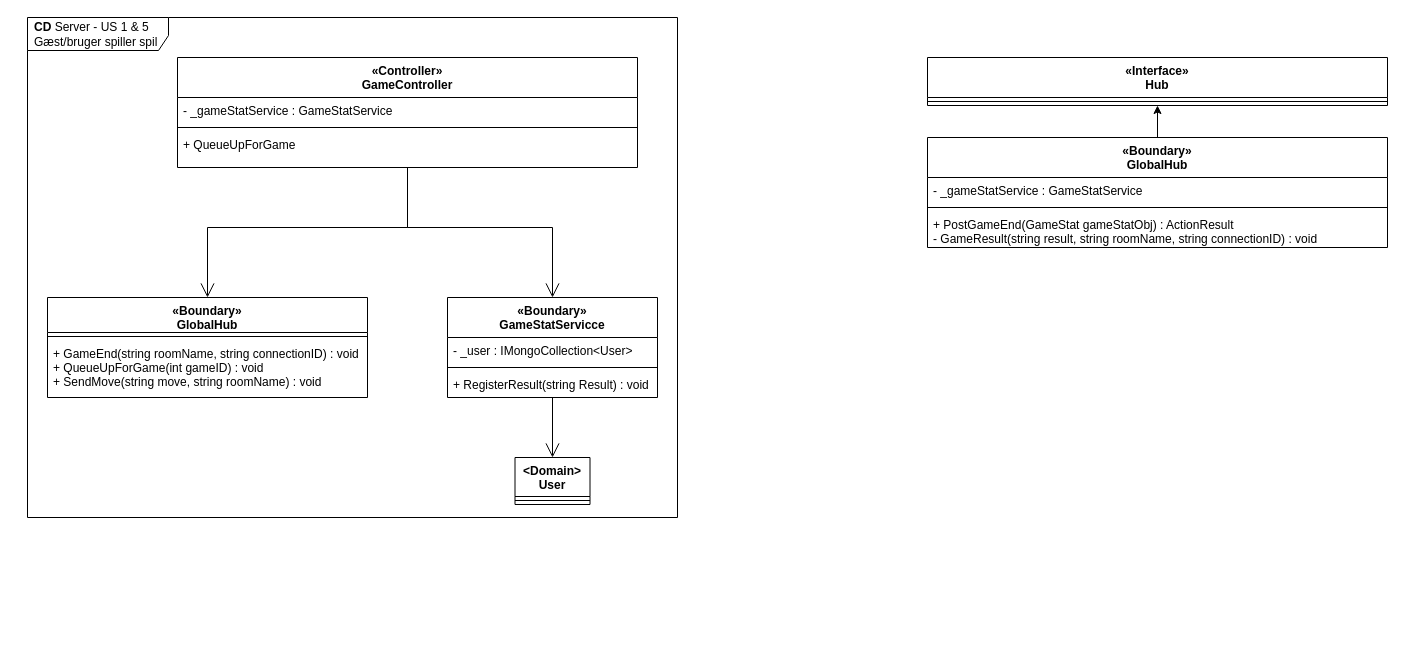
Before: page "CD-Server" (4 of 4) of diagrams/arkitektur/US1&5_spil.drawio in Macradon/I7BAC-PlugNPlay, a draw.io diagram. Source tidied: cells renumbered, new cells numbered last; positions are measured from the earlier drawing's top-left corner, leaving out a move shared by most shapes. Both pictures are drawn from the tidied source at 100%, with x=0, y=0 at pixel (27, 17).
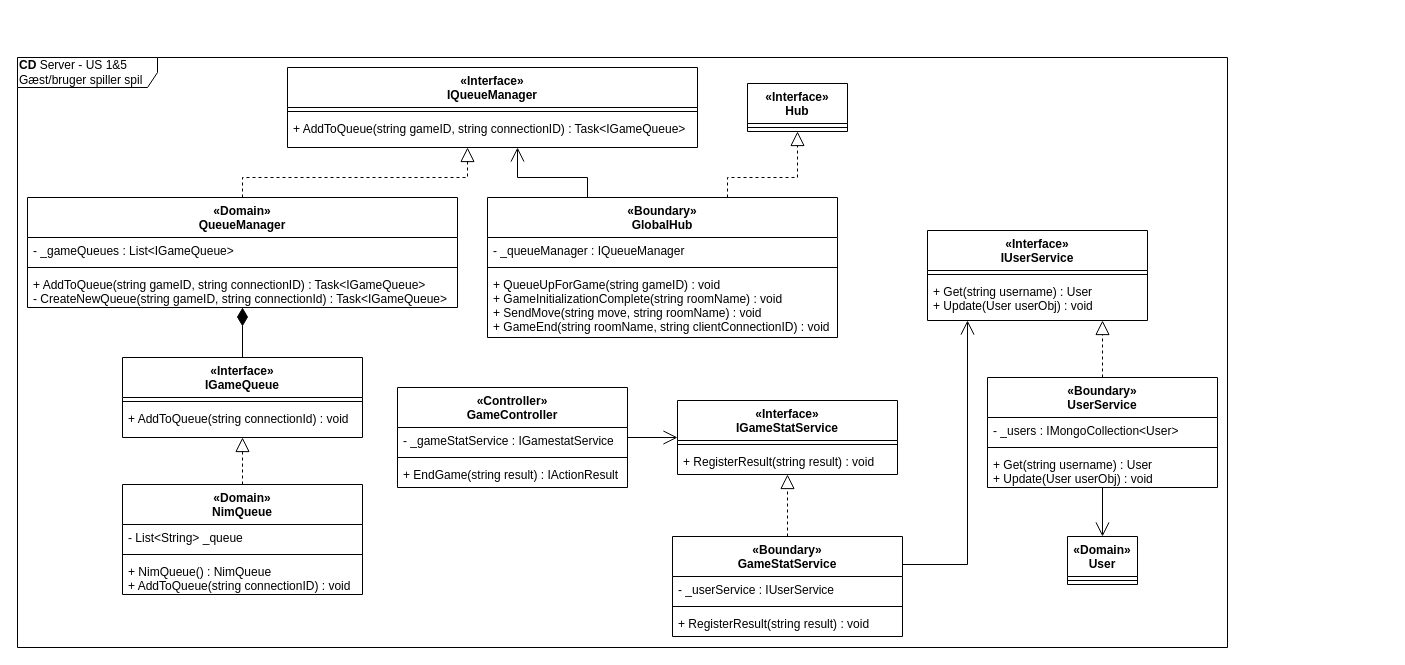
The same page after the edit.

The edit, as a diff of the source:
```diff
@@
-    <mxCell id="2" value="&lt;b&gt;CD&lt;/b&gt;&amp;nbsp;Server - US 1 &amp;amp; 5&lt;br&gt;Gæst/bruger spiller spil" style="shape=umlFrame;whiteSpace=wrap;html=1;width=141;height=33;boundedLbl=1;verticalAlign=middle;align=left;spacingLeft=5;" parent="1" vertex="1">
-      <mxGeometry width="650" height="500" as="geometry" />
-    </mxCell>
-    <mxCell id="3" value="«Boundary»&#10;GlobalHub" style="swimlane;fontStyle=1;align=center;verticalAlign=top;horizontal=1;startSize=35;" parent="1" vertex="1">
-      <mxGeometry x="20" y="280" width="320" height="100" as="geometry" />
-    </mxCell>
-    <mxCell id="4" style="line;strokeWidth=1;fillColor=none;align=left;verticalAlign=middle;spacingTop=-1;spacingLeft=3;spacingRight=3;labelPosition=right;" parent="3" vertex="1">
-      <mxGeometry y="35" width="320" height="8" as="geometry" />
-    </mxCell>
-    <mxCell id="5" value="+ GameEnd(string roomName, string connectionID) : void&#10;+ QueueUpForGame(int gameID) : void&#10;+ SendMove(string move, string roomName) : void" style="text;strokeColor=none;fillColor=none;align=left;verticalAlign=top;spacingLeft=4;spacingRight=4;overflow=hidden;" parent="3" vertex="1">
-      <mxGeometry y="43" width="320" height="57" as="geometry" />
-    </mxCell>
-    <mxCell id="6" style="edgeStyle=orthogonalEdgeStyle;rounded=0;jettySize=auto;html=1;endArrow=open;endFill=0;endSize=12;" parent="1" edge="1" source="8" target="3">
-      <mxGeometry relative="1" as="geometry" />
-    </mxCell>
-    <mxCell id="7" style="edgeStyle=orthogonalEdgeStyle;rounded=0;jettySize=auto;html=1;endArrow=open;endFill=0;endSize=12;" parent="1" edge="1" source="8" target="13">
-      <mxGeometry relative="1" as="geometry" />
-    </mxCell>
-    <mxCell id="8" value="«Controller»&#10;GameController" style="swimlane;fontStyle=1;align=center;verticalAlign=top;horizontal=1;startSize=40;" parent="1" vertex="1">
-      <mxGeometry x="150" y="40" width="460" height="110" as="geometry" />
-    </mxCell>
-    <mxCell id="9" value="- _gameStatService : GameStatService" style="text;strokeColor=none;fillColor=none;align=left;verticalAlign=top;spacingLeft=4;spacingRight=4;overflow=hidden;" parent="8" vertex="1">
-      <mxGeometry y="40" width="460" height="26" as="geometry" />
-    </mxCell>
-    <mxCell id="10" style="line;strokeWidth=1;fillColor=none;align=left;verticalAlign=middle;spacingTop=-1;spacingLeft=3;spacingRight=3;labelPosition=right;" parent="8" vertex="1">
-      <mxGeometry y="66" width="460" height="8" as="geometry" />
-    </mxCell>
-    <mxCell id="11" value="+ QueueUpForGame" style="text;strokeColor=none;fillColor=none;align=left;verticalAlign=top;spacingLeft=4;spacingRight=4;overflow=hidden;" parent="8" vertex="1">
-      <mxGeometry y="74" width="460" height="36" as="geometry" />
-    </mxCell>
-    <mxCell id="12" style="edgeStyle=orthogonalEdgeStyle;rounded=0;jettySize=auto;html=1;endArrow=open;endFill=0;endSize=12;" parent="1" edge="1" source="13" target="17">
-      <mxGeometry relative="1" as="geometry" />
-    </mxCell>
-    <mxCell id="13" value="«Boundary»&#10;GameStatServicce" style="swimlane;fontStyle=1;align=center;verticalAlign=top;horizontal=1;startSize=40;" parent="1" vertex="1">
-      <mxGeometry x="420" y="280" width="210" height="100" as="geometry" />
-    </mxCell>
-    <mxCell id="14" value="- _user : IMongoCollection&lt;User&gt;" style="text;strokeColor=none;fillColor=none;align=left;verticalAlign=top;spacingLeft=4;spacingRight=4;overflow=hidden;" parent="13" vertex="1">
-      <mxGeometry y="40" width="210" height="26" as="geometry" />
-    </mxCell>
-    <mxCell id="15" style="line;strokeWidth=1;fillColor=none;align=left;verticalAlign=middle;spacingTop=-1;spacingLeft=3;spacingRight=3;labelPosition=right;" parent="13" vertex="1">
-      <mxGeometry y="66" width="210" height="8" as="geometry" />
-    </mxCell>
-    <mxCell id="16" value="+ RegisterResult(string Result) : void" style="text;strokeColor=none;fillColor=none;align=left;verticalAlign=top;spacingLeft=4;spacingRight=4;overflow=hidden;" parent="13" vertex="1">
-      <mxGeometry y="74" width="210" height="26" as="geometry" />
-    </mxCell>
-    <mxCell id="17" value="&lt;Domain&gt;&#10;User" style="swimlane;fontStyle=1;align=center;verticalAlign=top;horizontal=1;startSize=39;" parent="1" vertex="1">
-      <mxGeometry x="487.5" y="440" width="75" height="47" as="geometry" />
-    </mxCell>
-    <mxCell id="18" style="line;strokeWidth=1;fillColor=none;align=left;verticalAlign=middle;spacingTop=-1;spacingLeft=3;spacingRight=3;labelPosition=right;" parent="17" vertex="1">
-      <mxGeometry y="39" width="75" height="8" as="geometry" />
-    </mxCell>
+    <mxCell id="26" value="&lt;b style=&quot;&quot;&gt;CD&lt;/b&gt;&lt;span style=&quot;&quot;&gt;&amp;nbsp;Server - US 1&amp;amp;5&lt;/span&gt;&lt;br style=&quot;&quot;&gt;&lt;span style=&quot;&quot;&gt;Gæst/bruger spiller spil&lt;/span&gt;" style="shape=umlFrame;whiteSpace=wrap;html=1;width=140;height=30;align=left;" parent="1" vertex="1">
+      <mxGeometry x="-10" y="40" width="1210" height="590" as="geometry" />
+    </mxCell>
     <mxCell id="19" value="«Interface»&#10;Hub" style="swimlane;fontStyle=1;align=center;verticalAlign=top;horizontal=1;startSize=40;" parent="1" vertex="1">
-      <mxGeometry x="900" y="40" width="460" height="48" as="geometry" />
+      <mxGeometry x="720" y="66" width="100" height="48" as="geometry" />
     </mxCell>
     <mxCell id="20" style="line;strokeWidth=1;fillColor=none;align=left;verticalAlign=middle;spacingTop=-1;spacingLeft=3;spacingRight=3;labelPosition=right;" parent="19" vertex="1">
-      <mxGeometry y="40" width="460" height="8" as="geometry" />
+      <mxGeometry y="40" width="100" height="8" as="geometry" />
     </mxCell>
-    <mxCell id="21" style="edgeStyle=orthogonalEdgeStyle;rounded=0;jettySize=auto;html=1;" parent="1" edge="1" source="22" target="19">
-      <mxGeometry relative="1" as="geometry" />
+    <mxCell id="21" style="edgeStyle=orthogonalEdgeStyle;rounded=0;jettySize=auto;html=1;endArrow=block;endFill=0;endSize=12;dashed=1;" parent="1" edge="1" source="22" target="19">
+      <mxGeometry relative="1" as="geometry">
+        <Array as="points">
+          <mxPoint x="700" y="160" />
+          <mxPoint x="770" y="160" />
+        </Array>
+      </mxGeometry>
     </mxCell>
+    <mxCell id="27" style="edgeStyle=orthogonalEdgeStyle;rounded=0;jettySize=auto;html=1;endSize=12;endArrow=open;endFill=0;" parent="1" edge="1" source="22" target="28">
+      <mxGeometry relative="1" as="geometry">
+        <Array as="points">
+          <mxPoint x="560" y="160" />
+          <mxPoint x="490" y="160" />
+        </Array>
+      </mxGeometry>
+    </mxCell>
     <mxCell id="22" value="«Boundary»&#10;GlobalHub" style="swimlane;fontStyle=1;align=center;verticalAlign=top;horizontal=1;startSize=40;" parent="1" vertex="1">
-      <mxGeometry x="900" y="120" width="460" height="110" as="geometry" />
+      <mxGeometry x="460" y="180" width="350" height="140" as="geometry" />
     </mxCell>
-    <mxCell id="23" value="- _gameStatService : GameStatService" style="text;strokeColor=none;fillColor=none;align=left;verticalAlign=top;spacingLeft=4;spacingRight=4;overflow=hidden;" parent="22" vertex="1">
-      <mxGeometry y="40" width="460" height="26" as="geometry" />
+    <mxCell id="23" value="- _queueManager : IQueueManager" style="text;strokeColor=none;fillColor=none;align=left;verticalAlign=top;spacingLeft=4;spacingRight=4;overflow=hidden;" parent="22" vertex="1">
+      <mxGeometry y="40" width="350" height="26" as="geometry" />
     </mxCell>
     <mxCell id="24" style="line;strokeWidth=1;fillColor=none;align=left;verticalAlign=middle;spacingTop=-1;spacingLeft=3;spacingRight=3;labelPosition=right;" parent="22" vertex="1">
-      <mxGeometry y="66" width="460" height="8" as="geometry" />
+      <mxGeometry y="66" width="350" height="8" as="geometry" />
     </mxCell>
-    <mxCell id="25" value="+ PostGameEnd(GameStat gameStatObj) : ActionResult&#10;- GameResult(string result, string roomName, string connectionID) : void" style="text;strokeColor=none;fillColor=none;align=left;verticalAlign=top;spacingLeft=4;spacingRight=4;overflow=hidden;" parent="22" vertex="1">
-      <mxGeometry y="74" width="460" height="36" as="geometry" />
+    <mxCell id="25" value="+ QueueUpForGame(string gameID) : void&#10;+ GameInitializationComplete(string roomName) : void&#10;+ SendMove(string move, string roomName) : void&#10;+ GameEnd(string roomName, string clientConnectionID) : void" style="text;strokeColor=none;fillColor=none;align=left;verticalAlign=top;spacingLeft=4;spacingRight=4;overflow=hidden;" parent="22" vertex="1">
+      <mxGeometry y="74" width="350" height="66" as="geometry" />
     </mxCell>
+    <mxCell id="28" value="«Interface»&#10;IQueueManager" style="swimlane;fontStyle=1;align=center;verticalAlign=top;horizontal=1;startSize=40;" parent="1" vertex="1">
+      <mxGeometry x="260" y="50" width="410" height="80" as="geometry" />
+    </mxCell>
+    <mxCell id="29" style="line;strokeWidth=1;fillColor=none;align=left;verticalAlign=middle;spacingTop=-1;spacingLeft=3;spacingRight=3;labelPosition=right;" parent="28" vertex="1">
+      <mxGeometry y="40" width="410" height="8" as="geometry" />
+    </mxCell>
+    <mxCell id="30" value="+ AddToQueue(string gameID, string connectionID) : Task&lt;IGameQueue&gt;" style="text;strokeColor=none;fillColor=none;align=left;verticalAlign=top;spacingLeft=4;spacingRight=4;overflow=hidden;" parent="28" vertex="1">
+      <mxGeometry y="48" width="410" height="32" as="geometry" />
+    </mxCell>
+    <mxCell id="31" style="edgeStyle=orthogonalEdgeStyle;rounded=0;jettySize=auto;html=1;dashed=1;endArrow=block;endFill=0;endSize=12;strokeColor=#000000;exitX=0.5;exitY=0;exitDx=0;exitDy=0;" parent="1" edge="1" source="32" target="28">
+      <mxGeometry relative="1" as="geometry">
+        <Array as="points">
+          <mxPoint x="215" y="160" />
+          <mxPoint x="440" y="160" />
+        </Array>
+      </mxGeometry>
+    </mxCell>
+    <mxCell id="32" value="«Domain»&#10;QueueManager" style="swimlane;fontStyle=1;align=center;verticalAlign=top;horizontal=1;startSize=40;" parent="1" vertex="1">
+      <mxGeometry y="180" width="430" height="110" as="geometry" />
+    </mxCell>
+    <mxCell id="33" value="- _gameQueues : List&lt;IGameQueue&gt;" style="text;strokeColor=none;fillColor=none;align=left;verticalAlign=top;spacingLeft=4;spacingRight=4;overflow=hidden;" parent="32" vertex="1">
+      <mxGeometry y="40" width="430" height="26" as="geometry" />
+    </mxCell>
+    <mxCell id="34" style="line;strokeWidth=1;fillColor=none;align=left;verticalAlign=middle;spacingTop=-1;spacingLeft=3;spacingRight=3;labelPosition=right;" parent="32" vertex="1">
+      <mxGeometry y="66" width="430" height="8" as="geometry" />
+    </mxCell>
+    <mxCell id="35" value="+ AddToQueue(string gameID, string connectionID) : Task&lt;IGameQueue&gt;&#10;- CreateNewQueue(string gameID, string connectionId) : Task&lt;IGameQueue&gt;" style="text;strokeColor=none;fillColor=none;align=left;verticalAlign=top;spacingLeft=4;spacingRight=4;overflow=hidden;" parent="32" vertex="1">
+      <mxGeometry y="74" width="430" height="36" as="geometry" />
+    </mxCell>
+    <mxCell id="36" style="edgeStyle=orthogonalEdgeStyle;rounded=0;jettySize=auto;html=1;endArrow=diamondThin;endFill=1;endSize=16;strokeColor=#000000;" parent="1" edge="1" source="37" target="32">
+      <mxGeometry relative="1" as="geometry" />
+    </mxCell>
+    <mxCell id="37" value="«Interface»&#10;IGameQueue" style="swimlane;fontStyle=1;align=center;verticalAlign=top;horizontal=1;startSize=40;" parent="1" vertex="1">
+      <mxGeometry x="95" y="340" width="240" height="80" as="geometry" />
+    </mxCell>
+    <mxCell id="38" style="line;strokeWidth=1;fillColor=none;align=left;verticalAlign=middle;spacingTop=-1;spacingLeft=3;spacingRight=3;labelPosition=right;" parent="37" vertex="1">
+      <mxGeometry y="40" width="240" height="8" as="geometry" />
+    </mxCell>
+    <mxCell id="39" value="+ AddToQueue(string connectionId) : void" style="text;strokeColor=none;fillColor=none;align=left;verticalAlign=top;spacingLeft=4;spacingRight=4;overflow=hidden;" parent="37" vertex="1">
+      <mxGeometry y="48" width="240" height="32" as="geometry" />
+    </mxCell>
+    <mxCell id="40" style="edgeStyle=orthogonalEdgeStyle;rounded=0;jettySize=auto;html=1;endArrow=block;endFill=0;endSize=12;strokeColor=#000000;dashed=1;" parent="1" edge="1" source="59" target="37">
+      <mxGeometry relative="1" as="geometry" />
+    </mxCell>
+    <mxCell id="41" style="edgeStyle=orthogonalEdgeStyle;rounded=0;jettySize=auto;html=1;endArrow=open;endFill=0;endSize=12;strokeColor=#000000;" parent="1" edge="1" source="8" target="45">
+      <mxGeometry relative="1" as="geometry" />
+    </mxCell>
+    <mxCell id="8" value="«Controller»&#10;GameController" style="swimlane;fontStyle=1;align=center;verticalAlign=top;horizontal=1;startSize=40;" parent="1" vertex="1">
+      <mxGeometry x="370" y="370" width="230" height="100" as="geometry" />
+    </mxCell>
+    <mxCell id="42" value="- _gameStatService : IGamestatService" style="text;strokeColor=none;fillColor=none;align=left;verticalAlign=top;spacingLeft=4;spacingRight=4;overflow=hidden;" parent="8" vertex="1">
+      <mxGeometry y="40" width="230" height="26" as="geometry" />
+    </mxCell>
+    <mxCell id="43" style="line;strokeWidth=1;fillColor=none;align=left;verticalAlign=middle;spacingTop=-1;spacingLeft=3;spacingRight=3;labelPosition=right;" parent="8" vertex="1">
+      <mxGeometry y="66" width="230" height="8" as="geometry" />
+    </mxCell>
+    <mxCell id="44" value="+ EndGame(string result) : IActionResult" style="text;strokeColor=none;fillColor=none;align=left;verticalAlign=top;spacingLeft=4;spacingRight=4;overflow=hidden;" parent="8" vertex="1">
+      <mxGeometry y="74" width="230" height="26" as="geometry" />
+    </mxCell>
+    <mxCell id="45" value="«Interface»&#10;IGameStatService" style="swimlane;fontStyle=1;align=center;verticalAlign=top;horizontal=1;startSize=40;" parent="1" vertex="1">
+      <mxGeometry x="650" y="383" width="220" height="74" as="geometry" />
+    </mxCell>
+    <mxCell id="46" style="line;strokeWidth=1;fillColor=none;align=left;verticalAlign=middle;spacingTop=-1;spacingLeft=3;spacingRight=3;labelPosition=right;" parent="45" vertex="1">
+      <mxGeometry y="40" width="220" height="8" as="geometry" />
+    </mxCell>
+    <mxCell id="47" value="+ RegisterResult(string result) : void" style="text;strokeColor=none;fillColor=none;align=left;verticalAlign=top;spacingLeft=4;spacingRight=4;overflow=hidden;" parent="45" vertex="1">
+      <mxGeometry y="48" width="220" height="26" as="geometry" />
+    </mxCell>
+    <mxCell id="48" style="edgeStyle=orthogonalEdgeStyle;rounded=0;jettySize=auto;html=1;endArrow=block;endFill=0;endSize=12;strokeColor=#000000;align=center;dashed=1;" parent="1" edge="1" source="65" target="45">
+      <mxGeometry relative="1" as="geometry" />
+    </mxCell>
+    <mxCell id="49" style="edgeStyle=orthogonalEdgeStyle;rounded=0;jettySize=auto;html=1;endArrow=open;endFill=0;endSize=12;strokeColor=#000000;align=center;" parent="1" edge="1" source="65" target="50">
+      <mxGeometry relative="1" as="geometry">
+        <Array as="points">
+          <mxPoint x="765" y="547" />
+          <mxPoint x="940" y="547" />
+        </Array>
+      </mxGeometry>
+    </mxCell>
+    <mxCell id="50" value="«Interface»&#10;IUserService" style="swimlane;fontStyle=1;align=center;verticalAlign=top;horizontal=1;startSize=40;" parent="1" vertex="1">
+      <mxGeometry x="900" y="213" width="220" height="90" as="geometry" />
+    </mxCell>
+    <mxCell id="51" style="line;strokeWidth=1;fillColor=none;align=left;verticalAlign=middle;spacingTop=-1;spacingLeft=3;spacingRight=3;labelPosition=right;" parent="50" vertex="1">
+      <mxGeometry y="40" width="220" height="8" as="geometry" />
+    </mxCell>
+    <mxCell id="52" value="+ Get(string username) : User&#10;+ Update(User userObj) : void" style="text;strokeColor=none;fillColor=none;align=left;verticalAlign=top;spacingLeft=4;spacingRight=4;overflow=hidden;" parent="50" vertex="1">
+      <mxGeometry y="48" width="220" height="42" as="geometry" />
+    </mxCell>
+    <mxCell id="53" style="edgeStyle=orthogonalEdgeStyle;rounded=0;jettySize=auto;html=1;dashed=1;endArrow=block;endFill=0;endSize=12;strokeColor=#000000;align=center;" parent="1" edge="1" source="55" target="50">
+      <mxGeometry relative="1" as="geometry">
+        <Array as="points">
+          <mxPoint x="1075" y="320" />
+          <mxPoint x="1075" y="320" />
+        </Array>
+      </mxGeometry>
+    </mxCell>
+    <mxCell id="54" style="edgeStyle=orthogonalEdgeStyle;rounded=0;jettySize=auto;html=1;align=center;endSize=12;endArrow=open;endFill=0;" parent="1" edge="1" source="55" target="63">
+      <mxGeometry relative="1" as="geometry" />
+    </mxCell>
+    <mxCell id="55" value="«Boundary»&#10;UserService" style="swimlane;fontStyle=1;align=center;verticalAlign=top;horizontal=1;startSize=40;" parent="1" vertex="1">
+      <mxGeometry x="960" y="360" width="230" height="110" as="geometry" />
+    </mxCell>
+    <mxCell id="56" value="- _users : IMongoCollection&lt;User&gt;" style="text;strokeColor=none;fillColor=none;align=left;verticalAlign=top;spacingLeft=4;spacingRight=4;overflow=hidden;" parent="55" vertex="1">
+      <mxGeometry y="40" width="230" height="26" as="geometry" />
+    </mxCell>
+    <mxCell id="57" style="line;strokeWidth=1;fillColor=none;align=left;verticalAlign=middle;spacingTop=-1;spacingLeft=3;spacingRight=3;labelPosition=right;" parent="55" vertex="1">
+      <mxGeometry y="66" width="230" height="8" as="geometry" />
+    </mxCell>
+    <mxCell id="58" value="+ Get(string username) : User&#10;+ Update(User userObj) : void" style="text;strokeColor=none;fillColor=none;align=left;verticalAlign=top;spacingLeft=4;spacingRight=4;overflow=hidden;" parent="55" vertex="1">
+      <mxGeometry y="74" width="230" height="36" as="geometry" />
+    </mxCell>
+    <mxCell id="59" value="«Domain»&#10;NimQueue" style="swimlane;fontStyle=1;align=center;verticalAlign=top;horizontal=1;startSize=40;" parent="1" vertex="1">
+      <mxGeometry x="95" y="467" width="240" height="110" as="geometry" />
+    </mxCell>
+    <mxCell id="60" value="- List&lt;String&gt; _queue" style="text;strokeColor=none;fillColor=none;align=left;verticalAlign=top;spacingLeft=4;spacingRight=4;overflow=hidden;" parent="59" vertex="1">
+      <mxGeometry y="40" width="240" height="26" as="geometry" />
+    </mxCell>
+    <mxCell id="61" style="line;strokeWidth=1;fillColor=none;align=left;verticalAlign=middle;spacingTop=-1;spacingLeft=3;spacingRight=3;labelPosition=right;" parent="59" vertex="1">
+      <mxGeometry y="66" width="240" height="8" as="geometry" />
+    </mxCell>
+    <mxCell id="62" value="+ NimQueue() : NimQueue&#10;+ AddToQueue(string connectionID) : void" style="text;strokeColor=none;fillColor=none;align=left;verticalAlign=top;spacingLeft=4;spacingRight=4;overflow=hidden;" parent="59" vertex="1">
+      <mxGeometry y="74" width="240" height="36" as="geometry" />
+    </mxCell>
+    <mxCell id="63" value="«Domain»&#10;User" style="swimlane;fontStyle=1;align=center;verticalAlign=top;horizontal=1;startSize=40;" parent="1" vertex="1">
+      <mxGeometry x="1040" y="519" width="70" height="48" as="geometry" />
+    </mxCell>
+    <mxCell id="64" style="line;strokeWidth=1;fillColor=none;align=left;verticalAlign=middle;spacingTop=-1;spacingLeft=3;spacingRight=3;labelPosition=right;" parent="63" vertex="1">
+      <mxGeometry y="40" width="70" height="8" as="geometry" />
+    </mxCell>
+    <mxCell id="65" value="«Boundary»&#10;GameStatService" style="swimlane;fontStyle=1;align=center;verticalAlign=top;horizontal=1;startSize=40;" parent="1" vertex="1">
+      <mxGeometry x="645" y="519" width="230" height="100" as="geometry" />
+    </mxCell>
+    <mxCell id="66" value="- _userService : IUserService" style="text;strokeColor=none;fillColor=none;align=left;verticalAlign=top;spacingLeft=4;spacingRight=4;overflow=hidden;" parent="65" vertex="1">
+      <mxGeometry y="40" width="230" height="26" as="geometry" />
+    </mxCell>
+    <mxCell id="67" style="line;strokeWidth=1;fillColor=none;align=left;verticalAlign=middle;spacingTop=-1;spacingLeft=3;spacingRight=3;labelPosition=right;" parent="65" vertex="1">
+      <mxGeometry y="66" width="230" height="8" as="geometry" />
+    </mxCell>
+    <mxCell id="68" value="+ RegisterResult(string result) : void" style="text;strokeColor=none;fillColor=none;align=left;verticalAlign=top;spacingLeft=4;spacingRight=4;overflow=hidden;" parent="65" vertex="1">
+      <mxGeometry y="74" width="230" height="26" as="geometry" />
+    </mxCell>
```
